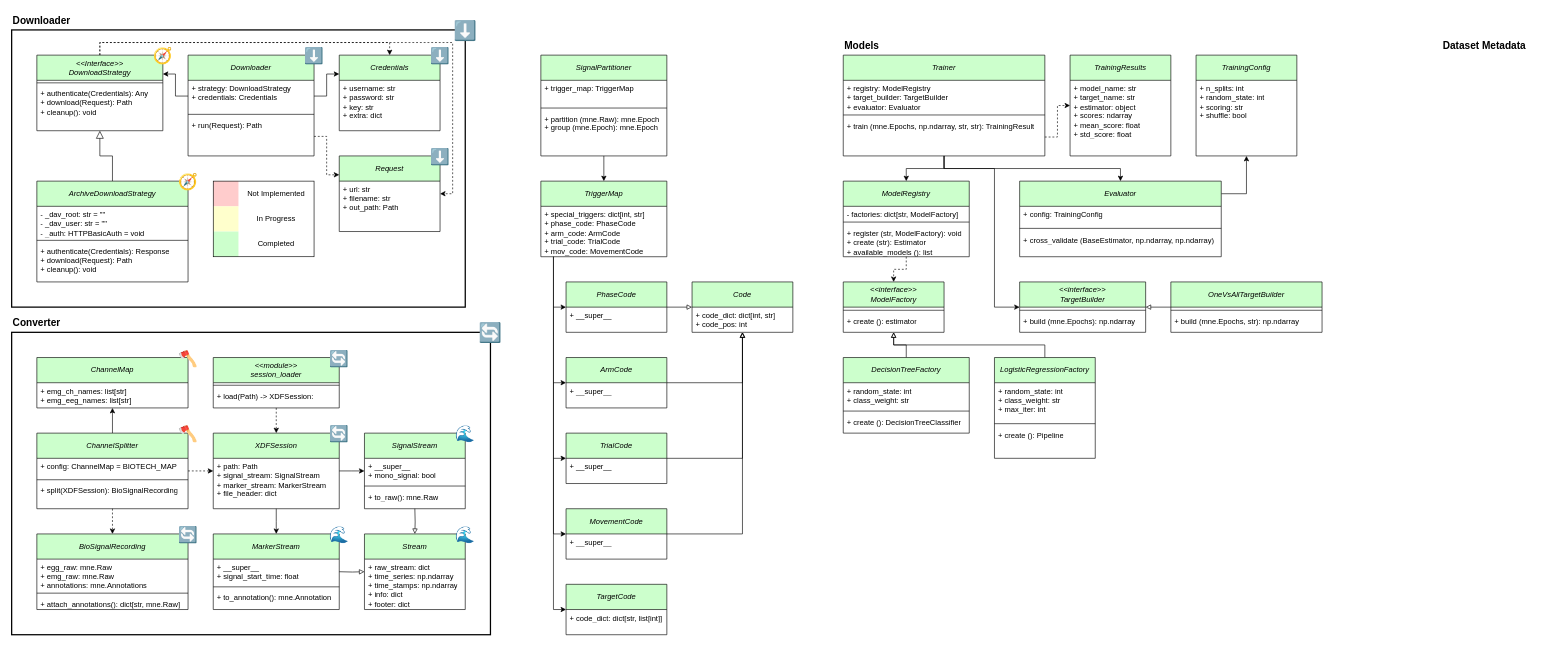
Before: page "UML" (1 of 2) of docs/Data Architecture.drawio in GuilhermeCosta-Ferreira/BMI-SOFT-EMG-Decoding, a draw.io diagram. Source tidied: cells renumbered, new cells numbered last; positions are measured from the earlier drawing's top-left corner, leaving out a move shared by most shapes. Both pictures are drawn from the tidied source at 63%, with x=0, y=0 at pixel (11, 11).
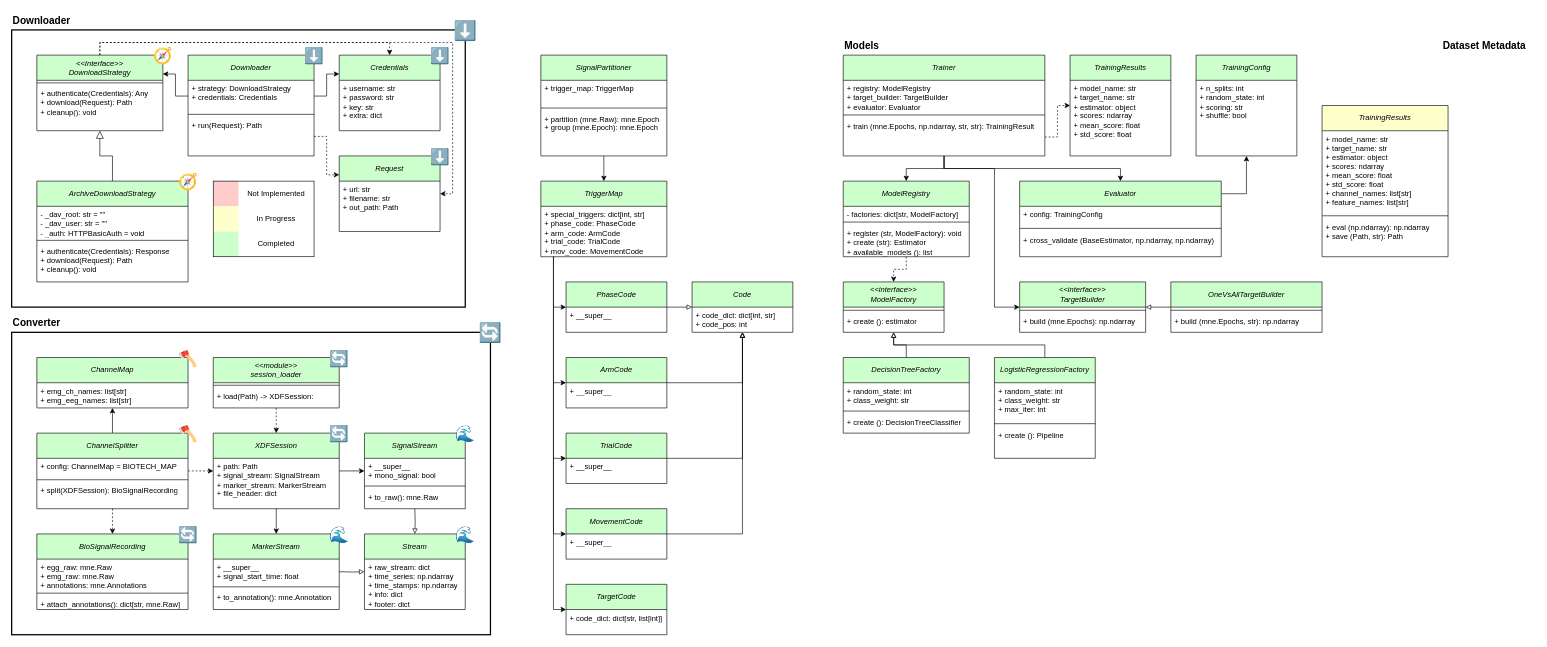
Above is the later version.

The change refers to these unchanged cells:
```xml
<mxCell id="138" value="&lt;i style=&quot;font-weight: 400;&quot;&gt;Evaluator&lt;/i&gt;" style="swimlane;fontStyle=1;align=center;verticalAlign=middle;horizontal=1;startSize=40;whiteSpace=wrap;html=1;fillColor=#CCFFCC;" parent="1" vertex="1">
  <mxGeometry x="1600" y="270" width="320" height="120" as="geometry" />
</mxCell>
```

What changed in the source:
```diff
@@
-    <mxCell id="141" value="+ cross_validate (BaseEstimator,&amp;nbsp;&lt;span class=&quot;ͼ11&quot;&gt;np&lt;/span&gt;&lt;span class=&quot;ͼv&quot;&gt;.&lt;/span&gt;ndarray,&amp;nbsp;&lt;span class=&quot;ͼ11&quot;&gt;np&lt;/span&gt;&lt;span class=&quot;ͼv&quot;&gt;.&lt;/span&gt;ndarray)" style="text;strokeColor=none;fillColor=none;align=left;verticalAlign=top;spacingLeft=4;spacingRight=4;overflow=hidden;whiteSpace=wrap;html=1;" parent="138" vertex="1">
+    <mxCell id="141" value="+ cross_validate (BaseEstimator,&amp;nbsp;&lt;span class=&quot;ͼ11&quot;&gt;np&lt;/span&gt;&lt;span class=&quot;ͼv&quot;&gt;.&lt;/span&gt;ndarray,&amp;nbsp;&lt;span class=&quot;ͼ11&quot;&gt;np&lt;/span&gt;&lt;span class=&quot;ͼv&quot;&gt;.&lt;/span&gt;ndarray)&lt;div&gt;&lt;br&gt;&lt;/div&gt;" style="text;strokeColor=none;fillColor=none;align=left;verticalAlign=top;spacingLeft=4;spacingRight=4;overflow=hidden;whiteSpace=wrap;html=1;" parent="138" vertex="1">
       <mxGeometry y="80" width="320" height="40" as="geometry" />
     </mxCell>
@@
+    <mxCell id="155" value="&lt;i style=&quot;font-weight: 400;&quot;&gt;TrainingResults&lt;/i&gt;" style="swimlane;fontStyle=1;align=center;verticalAlign=middle;horizontal=1;startSize=40;whiteSpace=wrap;html=1;fillColor=#FFFFCC;" parent="1" vertex="1">
+      <mxGeometry x="2080" y="150" width="200" height="240" as="geometry" />
+    </mxCell>
+    <mxCell id="156" value="+ model_name: str&lt;br&gt;+ target_name: str&lt;br&gt;+ estimator: object&lt;br&gt;+ scores: ndarray&lt;br&gt;+ mean_score: float&lt;br&gt;+ std_score: float&lt;div&gt;+ channel_names: list[str]&lt;/div&gt;&lt;div&gt;+ feature_names: list[str]&lt;/div&gt;" style="text;strokeColor=none;fillColor=none;align=left;verticalAlign=top;spacingLeft=4;spacingRight=4;overflow=hidden;whiteSpace=wrap;html=1;" parent="155" vertex="1">
+      <mxGeometry y="40" width="200" height="130" as="geometry" />
+    </mxCell>
+    <mxCell id="157" style="line;strokeWidth=1;fillColor=none;align=left;verticalAlign=middle;spacingTop=-1;spacingLeft=3;spacingRight=3;labelPosition=right;strokeColor=inherit;" parent="155" vertex="1">
+      <mxGeometry y="170" width="200" height="10" as="geometry" />
+    </mxCell>
+    <mxCell id="158" value="+ eval (np.ndarray): np.ndarray&lt;div&gt;+ save (Path, str): Path&lt;/div&gt;" style="text;strokeColor=none;fillColor=none;align=left;verticalAlign=top;spacingLeft=4;spacingRight=4;overflow=hidden;whiteSpace=wrap;html=1;" parent="155" vertex="1">
+      <mxGeometry y="180" width="200" height="60" as="geometry" />
+    </mxCell>
```
